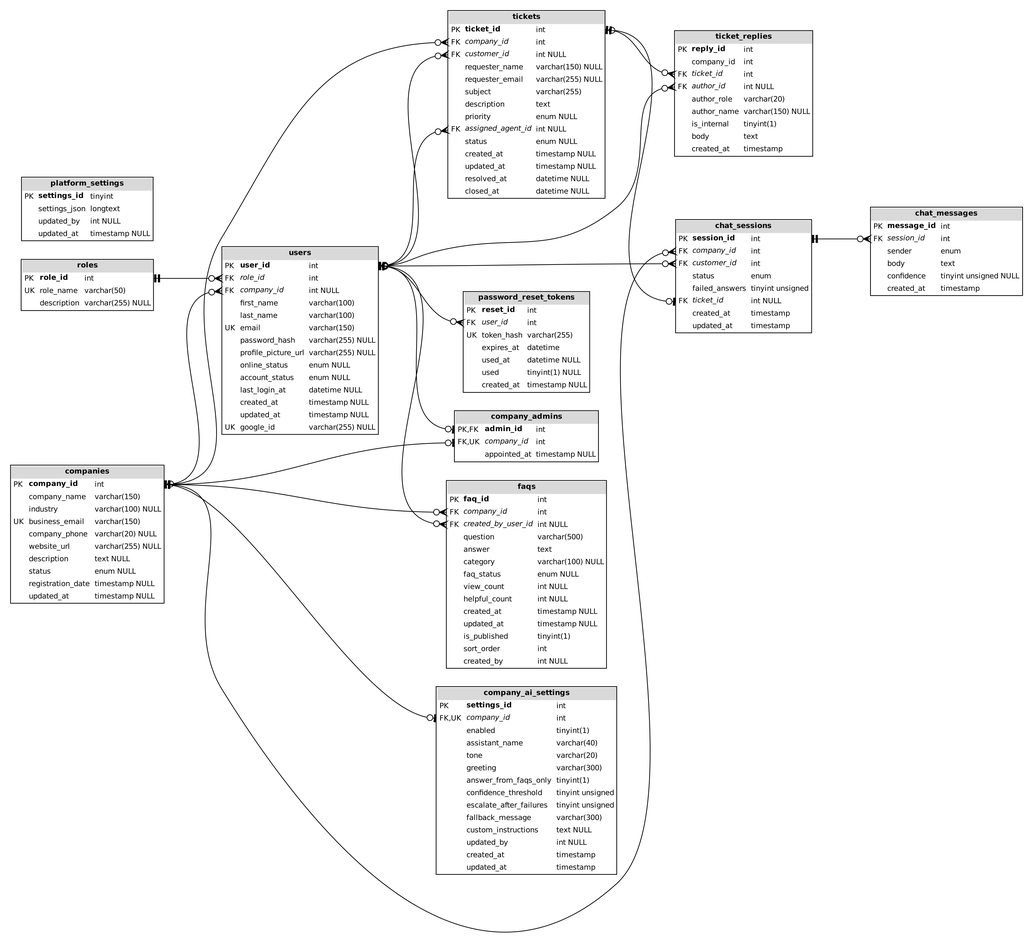
Above: docs/database/erd-physical.png in skr2rathishan-oss/Ai-powered-Customer-Support-Platform (Graphviz), before the change. Its source is kept beside it as docs/database/erd-physical.dot.
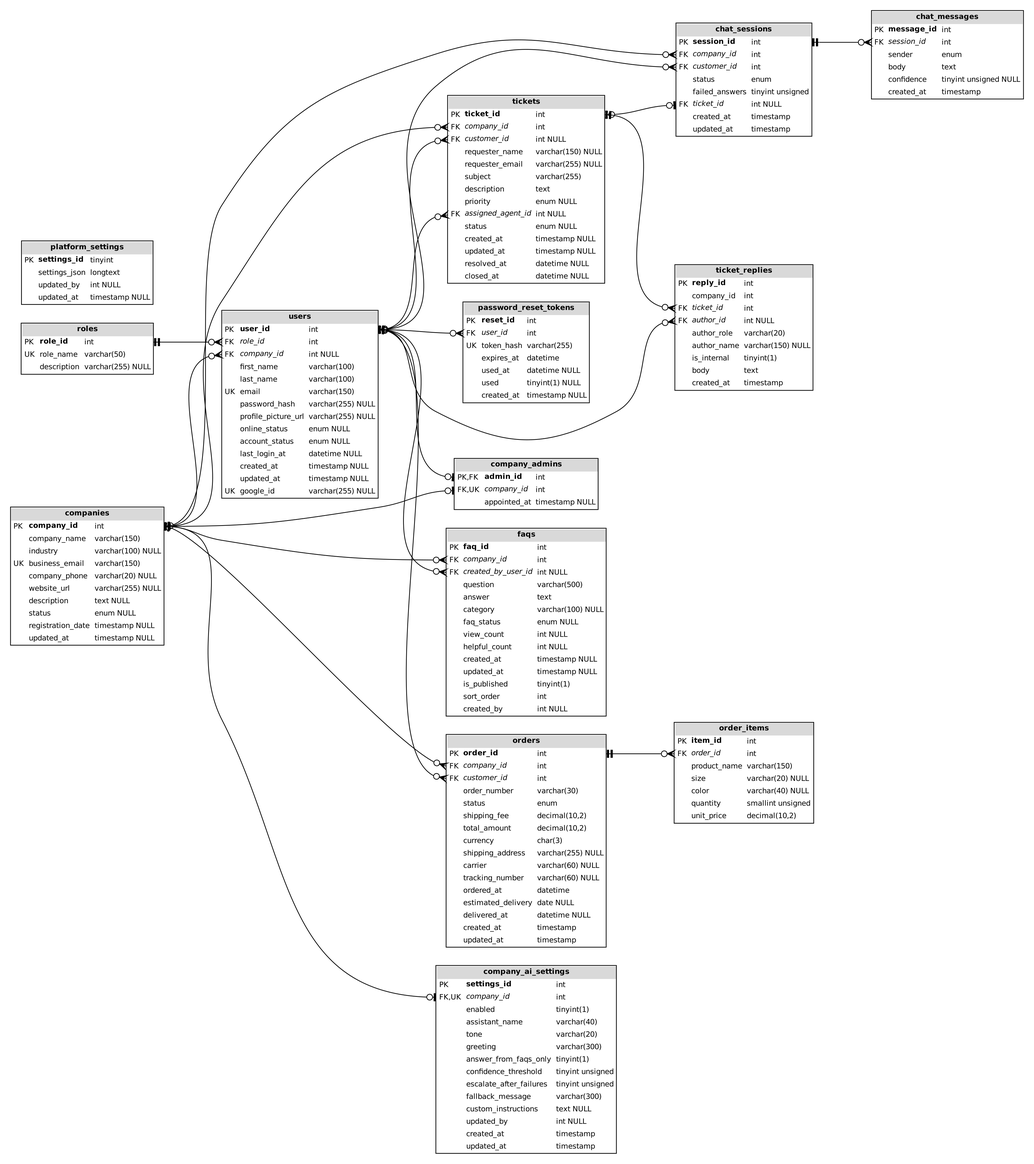
Above is the later version.

Diff of the diagram source:
```diff
@@ -14,6 +14,8 @@
 platform_settings [label=<<table border="1" cellborder="0" cellspacing="0" cellpadding="3" color="black"><tr><td colspan="3" bgcolor="#d9d9d9" align="center"><b>platform_settings</b></td></tr><tr><td align="left" port="settings_id">PK</td><td align="left"><b>settings_id</b></td><td align="left" port="settings_id_r">tinyint</td></tr><tr><td align="left" port="settings_json"></td><td align="left">settings_json</td><td align="left" port="settings_json_r">longtext</td></tr><tr><td align="left" port="updated_by"></td><td align="left">updated_by</td><td align="left" port="updated_by_r">int NULL</td></tr><tr><td align="left" port="updated_at"></td><td align="left">updated_at</td><td align="left" port="updated_at_r">timestamp NULL</td></tr></table>>];
 chat_sessions [label=<<table border="1" cellborder="0" cellspacing="0" cellpadding="3" color="black"><tr><td colspan="3" bgcolor="#d9d9d9" align="center"><b>chat_sessions</b></td></tr><tr><td align="left" port="session_id">PK</td><td align="left"><b>session_id</b></td><td align="left" port="session_id_r">int</td></tr><tr><td align="left" port="company_id">FK</td><td align="left"><i>company_id</i></td><td align="left" port="company_id_r">int</td></tr><tr><td align="left" port="customer_id">FK</td><td align="left"><i>customer_id</i></td><td align="left" port="customer_id_r">int</td></tr><tr><td align="left" port="status"></td><td align="left">status</td><td align="left" port="status_r">enum</td></tr><tr><td align="left" port="failed_answers"></td><td align="left">failed_answers</td><td align="left" port="failed_answers_r">tinyint unsigned</td></tr><tr><td align="left" port="ticket_id">FK</td><td align="left"><i>ticket_id</i></td><td align="left" port="ticket_id_r">int NULL</td></tr><tr><td align="left" port="created_at"></td><td align="left">created_at</td><td align="left" port="created_at_r">timestamp</td></tr><tr><td align="left" port="updated_at"></td><td align="left">updated_at</td><td align="left" port="updated_at_r">timestamp</td></tr></table>>];
 chat_messages [label=<<table border="1" cellborder="0" cellspacing="0" cellpadding="3" color="black"><tr><td colspan="3" bgcolor="#d9d9d9" align="center"><b>chat_messages</b></td></tr><tr><td align="left" port="message_id">PK</td><td align="left"><b>message_id</b></td><td align="left" port="message_id_r">int</td></tr><tr><td align="left" port="session_id">FK</td><td align="left"><i>session_id</i></td><td align="left" port="session_id_r">int</td></tr><tr><td align="left" port="sender"></td><td align="left">sender</td><td align="left" port="sender_r">enum</td></tr><tr><td align="left" port="body"></td><td align="left">body</td><td align="left" port="body_r">text</td></tr><tr><td align="left" port="confidence"></td><td align="left">confidence</td><td align="left" port="confidence_r">tinyint unsigned NULL</td></tr><tr><td align="left" port="created_at"></td><td align="left">created_at</td><td align="left" port="created_at_r">timestamp</td></tr></table>>];
+orders [label=<<table border="1" cellborder="0" cellspacing="0" cellpadding="3" color="black"><tr><td colspan="3" bgcolor="#d9d9d9" align="center"><b>orders</b></td></tr><tr><td align="left" port="order_id">PK</td><td align="left"><b>order_id</b></td><td align="left" port="order_id_r">int</td></tr><tr><td align="left" port="company_id">FK</td><td align="left"><i>company_id</i></td><td align="left" port="company_id_r">int</td></tr><tr><td align="left" port="customer_id">FK</td><td align="left"><i>customer_id</i></td><td align="left" port="customer_id_r">int</td></tr><tr><td align="left" port="order_number"></td><td align="left">order_number</td><td align="left" port="order_number_r">varchar(30)</td></tr><tr><td align="left" port="status"></td><td align="left">status</td><td align="left" port="status_r">enum</td></tr><tr><td align="left" port="shipping_fee"></td><td align="left">shipping_fee</td><td align="left" port="shipping_fee_r">decimal(10,2)</td></tr><tr><td align="left" port="total_amount"></td><td align="left">total_amount</td><td align="left" port="total_amount_r">decimal(10,2)</td></tr><tr><td align="left" port="currency"></td><td align="left">currency</td><td align="left" port="currency_r">char(3)</td></tr><tr><td align="left" port="shipping_address"></td><td align="left">shipping_address</td><td align="left" port="shipping_address_r">varchar(255) NULL</td></tr><tr><td align="left" port="carrier"></td><td align="left">carrier</td><td align="left" port="carrier_r">varchar(60) NULL</td></tr><tr><td align="left" port="tracking_number"></td><td align="left">tracking_number</td><td align="left" port="tracking_number_r">varchar(60) NULL</td></tr><tr><td align="left" port="ordered_at"></td><td align="left">ordered_at</td><td align="left" port="ordered_at_r">datetime</td></tr><tr><td align="left" port="estimated_delivery"></td><td align="left">estimated_delivery</td><td align="left" port="estimated_delivery_r">date NULL</td></tr><tr><td align="left" port="delivered_at"></td><td align="left">delivered_at</td><td align="left" port="delivered_at_r">datetime NULL</td></tr><tr><td align="left" port="created_at"></td><td align="left">created_at</td><td align="left" port="created_at_r">timestamp</td></tr><tr><td align="left" port="updated_at"></td><td align="left">updated_at</td><td align="left" port="updated_at_r">timestamp</td></tr></table>>];
+order_items [label=<<table border="1" cellborder="0" cellspacing="0" cellpadding="3" color="black"><tr><td colspan="3" bgcolor="#d9d9d9" align="center"><b>order_items</b></td></tr><tr><td align="left" port="item_id">PK</td><td align="left"><b>item_id</b></td><td align="left" port="item_id_r">int</td></tr><tr><td align="left" port="order_id">FK</td><td align="left"><i>order_id</i></td><td align="left" port="order_id_r">int</td></tr><tr><td align="left" port="product_name"></td><td align="left">product_name</td><td align="left" port="product_name_r">varchar(150)</td></tr><tr><td align="left" port="size"></td><td align="left">size</td><td align="left" port="size_r">varchar(20) NULL</td></tr><tr><td align="left" port="color"></td><td align="left">color</td><td align="left" port="color_r">varchar(40) NULL</td></tr><tr><td align="left" port="quantity"></td><td align="left">quantity</td><td align="left" port="quantity_r">smallint unsigned</td></tr><tr><td align="left" port="unit_price"></td><td align="left">unit_price</td><td align="left" port="unit_price_r">decimal(10,2)</td></tr></table>>];
 roles:role_id_r:e -> users:role_id:w [arrowtail=teetee, arrowhead=crowodot];
 companies:company_id_r:e -> users:company_id:w [arrowtail=teeodot, arrowhead=crowodot];
 users:user_id_r:e -> company_admins:admin_id:w [arrowtail=teetee, arrowhead=teeodot];
@@ -31,7 +33,10 @@
 users:user_id_r:e -> chat_sessions:customer_id:w [arrowtail=teetee, arrowhead=crowodot];
 tickets:ticket_id_r:e -> chat_sessions:ticket_id:w [arrowtail=teeodot, arrowhead=teeodot];
 chat_sessions:session_id_r:e -> chat_messages:session_id:w [arrowtail=teetee, arrowhead=crowodot];
+companies:company_id_r:e -> orders:company_id:w [arrowtail=teetee, arrowhead=crowodot];
+users:user_id_r:e -> orders:customer_id:w [arrowtail=teetee, arrowhead=crowodot];
+orders:order_id_r:e -> order_items:order_id:w [arrowtail=teetee, arrowhead=crowodot];
 {rank=same; roles; companies; platform_settings;}
-{rank=same; tickets; faqs; company_admins; password_reset_tokens; company_ai_settings;}
-{rank=same; ticket_replies; chat_sessions;}
+{rank=same; tickets; faqs; company_admins; password_reset_tokens; company_ai_settings; orders;}
+{rank=same; ticket_replies; chat_sessions; order_items;}
 }
```
